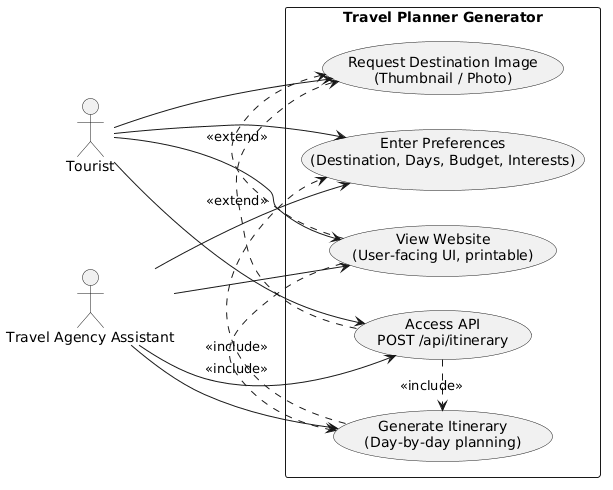
Before: Task2/uml/use_case_diagram.png, a diagram exported from PlantUML (EasonYang0618/travel-planner-generator).
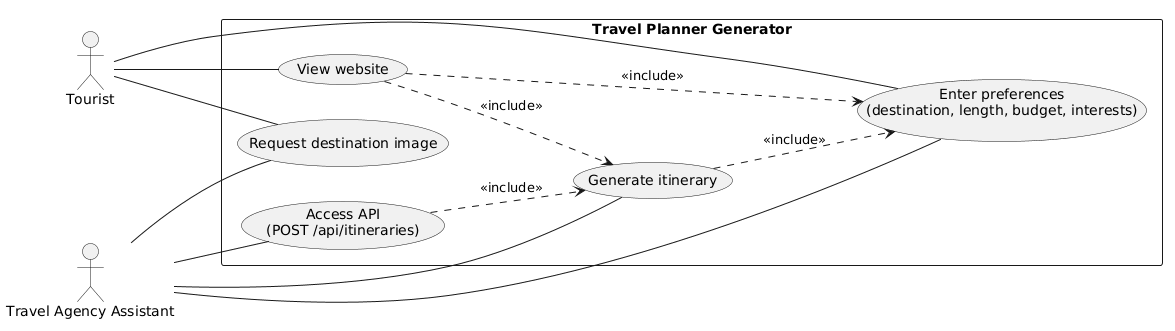
Above is the later version.

What changed in the source:
```diff
@@ -1,31 +1,28 @@
 @startuml
 left to right direction
-skinparam packageStyle rectangle
 
 actor Tourist
 actor "Travel Agency Assistant" as Assistant
 
 rectangle "Travel Planner Generator" {
-  usecase "Enter Preferences\n(Destination, Days, Budget, Interests)" as UC_Enter
-  usecase "Generate Itinerary\n(Day-by-day planning)" as UC_Generate
-  usecase "View Website\n(User-facing UI, printable)" as UC_View
-  usecase "Request Destination Image\n(Thumbnail / Photo)" as UC_Image
-  usecase "Access API\nPOST /api/itinerary" as UC_API
+  usecase "Enter preferences\n(destination, length, budget, interests)" as UC_Enter
+  usecase "Generate itinerary" as UC_Generate
+  usecase "View website" as UC_Website
+  usecase "Request destination image" as UC_Image
+  usecase "Access API\n(POST /api/itineraries)" as UC_API
 }
 
-Tourist --> UC_View
-Tourist --> UC_Enter
-Tourist --> UC_Image
-Tourist --> UC_API
+Tourist -- UC_Website
+Tourist -- UC_Enter
+Tourist -- UC_Image
 
-Assistant --> UC_View
-Assistant --> UC_Enter
-Assistant --> UC_Generate
-Assistant --> UC_API
+Assistant -- UC_Enter
+Assistant -- UC_Generate
+Assistant -- UC_API
+Assistant -- UC_Image
 
-UC_Generate .> UC_Enter : <<include>>
-UC_View .> UC_Generate : <<include>>
-UC_API .> UC_Generate : <<include>>
-UC_View .> UC_Image : <<extend>>
-UC_API .> UC_Image : <<extend>>
+UC_Generate ..> UC_Enter : <<include>>
+UC_API ..> UC_Generate : <<include>>
+UC_Website ..> UC_Enter : <<include>>
+UC_Website ..> UC_Generate : <<include>>
 @enduml
```
